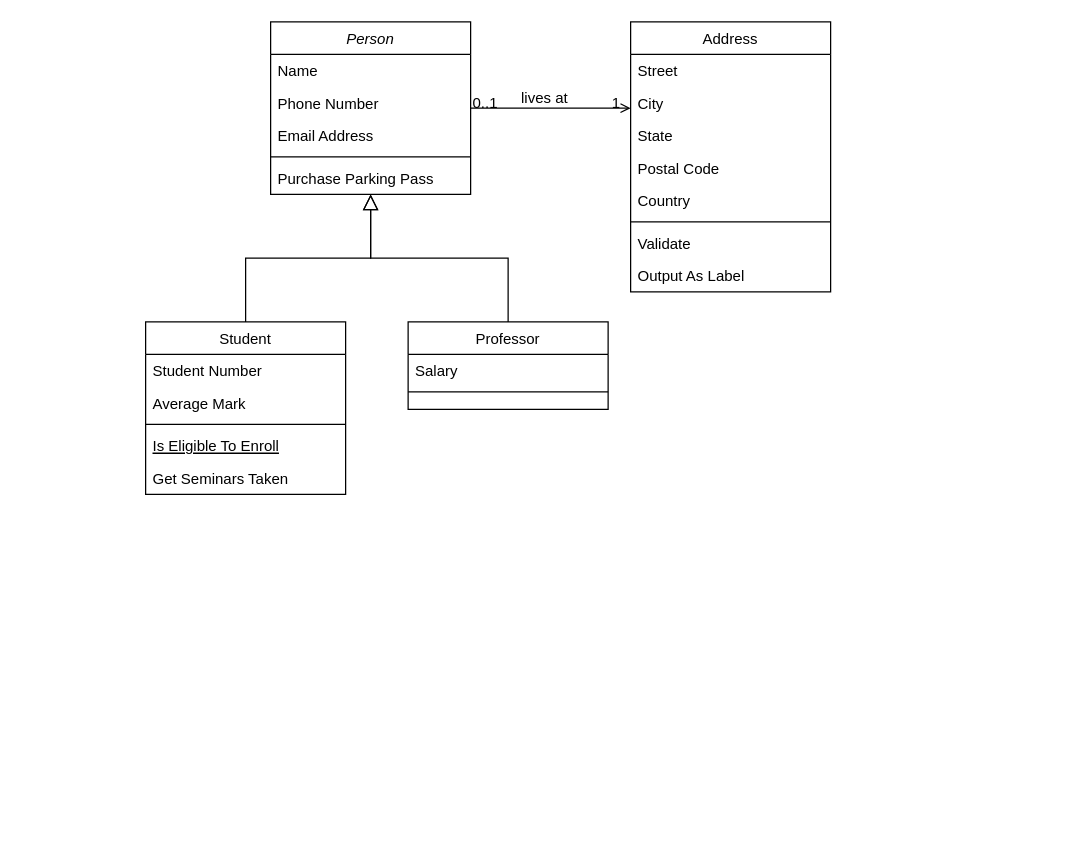
Above: SCHEMA.drawio in TanjimReza/diagrams (draw.io), before the change. Source tidied: cells renumbered, new cells numbered last; positions are measured from the earlier drawing's top-left corner, leaving out a move shared by most shapes. Both pictures are drawn from the tidied source at 125%, with x=0, y=0 at pixel (145, 21).
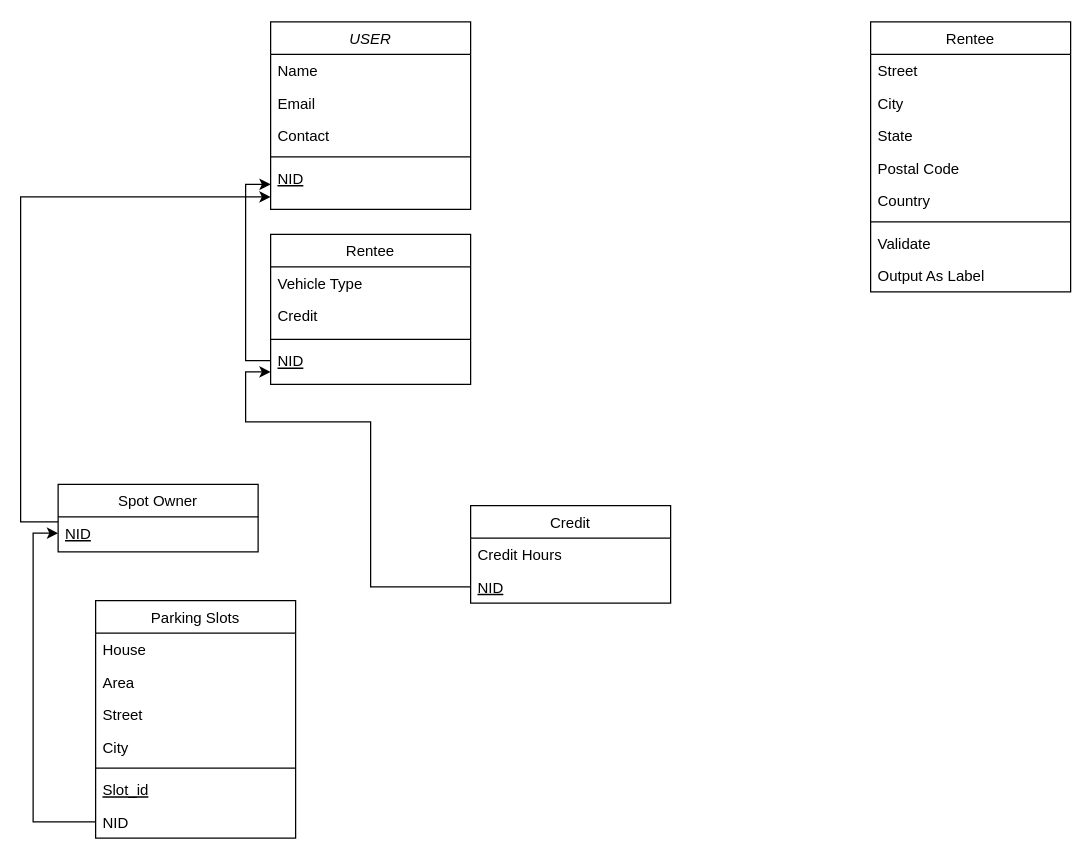
The same page after the edit.

Change to the diagram source:
```diff
@@
-    <mxCell id="2" value="Person" style="swimlane;fontStyle=2;align=center;verticalAlign=top;horizontal=1;startSize=26;rounded=0;shadow=0;strokeWidth=1;" parent="1" vertex="1">
-      <mxGeometry x="100" width="160" height="138" as="geometry" />
+    <mxCell id="2" value="USER" style="swimlane;fontStyle=2;align=center;verticalAlign=top;horizontal=1;startSize=26;rounded=0;shadow=0;strokeWidth=1;" parent="1" vertex="1">
+      <mxGeometry x="100" width="160" height="150" as="geometry" />
     </mxCell>
-    <mxCell id="3" value="Name" style="text;align=left;verticalAlign=top;spacingLeft=4;spacingRight=4;overflow=hidden;" parent="2" vertex="1">
+    <mxCell id="3" value="Name" style="text;align=left;verticalAlign=top;spacingLeft=4;spacingRight=4;overflow=hidden;rounded=0;shadow=0;html=0;" parent="2" vertex="1">
       <mxGeometry y="26" width="160" height="26" as="geometry" />
     </mxCell>
-    <mxCell id="4" value="Phone Number" style="text;align=left;verticalAlign=top;spacingLeft=4;spacingRight=4;overflow=hidden;rounded=0;shadow=0;html=0;" parent="2" vertex="1">
+    <mxCell id="4" value="Email" style="text;align=left;verticalAlign=top;spacingLeft=4;spacingRight=4;overflow=hidden;rounded=0;shadow=0;html=0;" parent="2" vertex="1">
       <mxGeometry y="52" width="160" height="26" as="geometry" />
     </mxCell>
-    <mxCell id="5" value="Email Address" style="text;align=left;verticalAlign=top;spacingLeft=4;spacingRight=4;overflow=hidden;rounded=0;shadow=0;html=0;" parent="2" vertex="1">
+    <mxCell id="5" value="Contact" style="text;align=left;verticalAlign=top;spacingLeft=4;spacingRight=4;overflow=hidden;rounded=0;shadow=0;html=0;" parent="2" vertex="1">
       <mxGeometry y="78" width="160" height="26" as="geometry" />
     </mxCell>
@@
-    <mxCell id="7" value="Purchase Parking Pass" style="text;align=left;verticalAlign=top;spacingLeft=4;spacingRight=4;overflow=hidden;points=[[0,0.5],[1,0.5]];portConstraint=eastwest;" parent="2" vertex="1">
+    <mxCell id="7" value="NID" style="text;align=left;verticalAlign=top;spacingLeft=4;spacingRight=4;overflow=hidden;points=[[0,0.5],[1,0.5]];portConstraint=eastwest;fontStyle=4;" parent="2" vertex="1">
       <mxGeometry y="112" width="160" height="26" as="geometry" />
     </mxCell>
-    <mxCell id="8" value="Student" style="swimlane;fontStyle=0;align=center;verticalAlign=top;horizontal=1;startSize=26;rounded=0;shadow=0;strokeWidth=1;" parent="1" vertex="1">
-      <mxGeometry y="240" width="160" height="138" as="geometry" />
-    </mxCell>
-    <mxCell id="9" value="Student Number" style="text;align=left;verticalAlign=top;spacingLeft=4;spacingRight=4;overflow=hidden;" parent="8" vertex="1">
-      <mxGeometry y="26" width="160" height="26" as="geometry" />
-    </mxCell>
-    <mxCell id="10" value="Average Mark" style="text;align=left;verticalAlign=top;spacingLeft=4;spacingRight=4;overflow=hidden;rounded=0;shadow=0;html=0;" parent="8" vertex="1">
-      <mxGeometry y="52" width="160" height="26" as="geometry" />
-    </mxCell>
-    <mxCell id="11" style="line;html=1;strokeWidth=1;align=left;verticalAlign=middle;spacingTop=-1;spacingLeft=3;spacingRight=3;labelPosition=right;" parent="8" vertex="1">
-      <mxGeometry y="78" width="160" height="8" as="geometry" />
-    </mxCell>
-    <mxCell id="12" value="Is Eligible To Enroll" style="text;align=left;verticalAlign=top;spacingLeft=4;spacingRight=4;overflow=hidden;fontStyle=4;" parent="8" vertex="1">
-      <mxGeometry y="86" width="160" height="26" as="geometry" />
-    </mxCell>
-    <mxCell id="13" value="Get Seminars Taken" style="text;align=left;verticalAlign=top;spacingLeft=4;spacingRight=4;overflow=hidden;" parent="8" vertex="1">
-      <mxGeometry y="112" width="160" height="26" as="geometry" />
-    </mxCell>
-    <mxCell id="14" style="endArrow=block;endSize=10;endFill=0;shadow=0;strokeWidth=1;rounded=0;edgeStyle=elbowEdgeStyle;elbow=vertical;" parent="1" edge="1" source="8" target="2">
-      <mxGeometry relative="1" as="geometry" />
-    </mxCell>
-    <mxCell id="15" value="Professor" style="swimlane;fontStyle=0;align=center;verticalAlign=top;horizontal=1;startSize=26;rounded=0;shadow=0;strokeWidth=1;" parent="1" vertex="1">
-      <mxGeometry x="210" y="240" width="160" height="70" as="geometry" />
-    </mxCell>
-    <mxCell id="16" value="Salary" style="text;align=left;verticalAlign=top;spacingLeft=4;spacingRight=4;overflow=hidden;points=[[0,0.5],[1,0.5]];portConstraint=eastwest;" parent="15" vertex="1">
-      <mxGeometry y="26" width="160" height="26" as="geometry" />
-    </mxCell>
-    <mxCell id="17" style="line;html=1;strokeWidth=1;align=left;verticalAlign=middle;spacingTop=-1;spacingLeft=3;spacingRight=3;labelPosition=right;" parent="15" vertex="1">
-      <mxGeometry y="52" width="160" height="8" as="geometry" />
-    </mxCell>
-    <mxCell id="18" style="endArrow=block;endSize=10;endFill=0;shadow=0;strokeWidth=1;rounded=0;edgeStyle=elbowEdgeStyle;elbow=vertical;" parent="1" edge="1" source="15" target="2">
-      <mxGeometry relative="1" as="geometry" />
-    </mxCell>
-    <mxCell id="19" value="Address" style="swimlane;fontStyle=0;align=center;verticalAlign=top;horizontal=1;startSize=26;rounded=0;shadow=0;strokeWidth=1;" parent="1" vertex="1">
-      <mxGeometry x="388" width="160" height="216" as="geometry" />
+    <mxCell id="19" value="Rentee" style="swimlane;fontStyle=0;align=center;verticalAlign=top;horizontal=1;startSize=26;rounded=0;shadow=0;strokeWidth=1;" parent="1" vertex="1">
+      <mxGeometry x="580" width="160" height="216" as="geometry" />
     </mxCell>
@@
-    <mxCell id="28" style="endArrow=open;shadow=0;strokeWidth=1;rounded=0;endFill=1;edgeStyle=elbowEdgeStyle;elbow=vertical;" parent="1" edge="1" source="2" target="19">
-      <mxGeometry x="0.5" y="41" relative="1" as="geometry">
-        <mxPoint x="-40" y="32" as="offset" />
-      </mxGeometry>
-    </mxCell>
-    <mxCell id="29" value="0..1" style="align=left;verticalAlign=bottom;labelBackgroundColor=none;fontSize=12;" parent="28" vertex="1">
-      <mxGeometry x="-1" relative="1" as="geometry">
-        <mxPoint y="4" as="offset" />
-      </mxGeometry>
-    </mxCell>
-    <mxCell id="30" value="1" style="align=right;verticalAlign=bottom;labelBackgroundColor=none;fontSize=12;" parent="28" vertex="1">
-      <mxGeometry x="1" relative="1" as="geometry">
-        <mxPoint x="-7" y="4" as="offset" />
-      </mxGeometry>
-    </mxCell>
-    <mxCell id="31" value="lives at" style="text;html=1;align=center;verticalAlign=middle;labelBackgroundColor=none;rounded=0;shadow=0;strokeWidth=1;fontSize=12;" parent="28" vertex="1">
-      <mxGeometry x="0.5" y="49" relative="1" as="geometry">
-        <mxPoint x="-38" y="40" as="offset" />
-      </mxGeometry>
-    </mxCell>
+    <mxCell id="32" value="Rentee" style="swimlane;fontStyle=0;align=center;verticalAlign=top;horizontal=1;startSize=26;rounded=0;shadow=0;strokeWidth=1;" parent="1" vertex="1">
+      <mxGeometry x="100" y="170" width="160" height="120" as="geometry" />
+    </mxCell>
+    <mxCell id="33" value="Vehicle Type" style="text;align=left;verticalAlign=top;spacingLeft=4;spacingRight=4;overflow=hidden;fontStyle=0;" parent="32" vertex="1">
+      <mxGeometry y="26" width="160" height="26" as="geometry" />
+    </mxCell>
+    <mxCell id="34" value="Credit" style="text;align=left;verticalAlign=top;spacingLeft=4;spacingRight=4;overflow=hidden;fontStyle=0;" parent="32" vertex="1">
+      <mxGeometry y="52" width="160" height="26" as="geometry" />
+    </mxCell>
+    <mxCell id="35" style="text;align=left;verticalAlign=top;spacingLeft=4;spacingRight=4;overflow=hidden;fontStyle=4;" parent="32" vertex="1">
+      <mxGeometry y="78" width="160" height="2" as="geometry" />
+    </mxCell>
+    <mxCell id="36" style="line;html=1;strokeWidth=1;align=left;verticalAlign=middle;spacingTop=-1;spacingLeft=3;spacingRight=3;labelPosition=right;" parent="32" vertex="1">
+      <mxGeometry y="80" width="160" height="8" as="geometry" />
+    </mxCell>
+    <mxCell id="37" value="NID" style="text;align=left;verticalAlign=top;spacingLeft=4;spacingRight=4;overflow=hidden;points=[[0,0.5],[1,0.5]];portConstraint=eastwest;fontStyle=4;" parent="32" vertex="1">
+      <mxGeometry y="88" width="160" height="26" as="geometry" />
+    </mxCell>
+    <mxCell id="38" style="edgeStyle=orthogonalEdgeStyle;rounded=0;jettySize=auto;html=1;entryX=0;entryY=0.692;entryDx=0;entryDy=0;entryPerimeter=0;exitX=0;exitY=0.5;exitDx=0;exitDy=0;" parent="1" edge="1" source="37" target="7">
+      <mxGeometry relative="1" as="geometry" />
+    </mxCell>
+    <mxCell id="39" value="Credit" style="swimlane;fontStyle=0;align=center;verticalAlign=top;horizontal=1;startSize=26;rounded=0;shadow=0;strokeWidth=1;" parent="1" vertex="1">
+      <mxGeometry x="260" y="387" width="160" height="78" as="geometry" />
+    </mxCell>
+    <mxCell id="40" value="Credit Hours" style="text;align=left;verticalAlign=top;spacingLeft=4;spacingRight=4;overflow=hidden;fontStyle=0;" parent="39" vertex="1">
+      <mxGeometry y="26" width="160" height="26" as="geometry" />
+    </mxCell>
+    <mxCell id="41" value="NID" style="text;align=left;verticalAlign=top;spacingLeft=4;spacingRight=4;overflow=hidden;points=[[0,0.5],[1,0.5]];portConstraint=eastwest;fontStyle=4;" parent="39" vertex="1">
+      <mxGeometry y="52" width="160" height="26" as="geometry" />
+    </mxCell>
+    <mxCell id="42" style="edgeStyle=orthogonalEdgeStyle;rounded=0;jettySize=auto;html=1;entryX=0;entryY=0.846;entryDx=0;entryDy=0;entryPerimeter=0;" parent="1" edge="1" source="41" target="37">
+      <mxGeometry relative="1" as="geometry">
+        <Array as="points">
+          <mxPoint x="180" y="452" />
+          <mxPoint x="180" y="320" />
+          <mxPoint x="80" y="320" />
+          <mxPoint x="80" y="280" />
+        </Array>
+      </mxGeometry>
+    </mxCell>
+    <mxCell id="43" style="group;" parent="1" vertex="1">
+      <mxGeometry x="-70" y="370" width="190" height="283" as="geometry" />
+    </mxCell>
+    <mxCell id="8" value="Parking Slots" style="swimlane;fontStyle=0;align=center;verticalAlign=top;horizontal=1;startSize=26;rounded=0;shadow=0;strokeWidth=1;" parent="43" vertex="1">
+      <mxGeometry x="30" y="93" width="160" height="190" as="geometry" />
+    </mxCell>
+    <mxCell id="9" value="House" style="text;align=left;verticalAlign=top;spacingLeft=4;spacingRight=4;overflow=hidden;" parent="8" vertex="1">
+      <mxGeometry y="26" width="160" height="26" as="geometry" />
+    </mxCell>
+    <mxCell id="44" value="Area" style="text;align=left;verticalAlign=top;spacingLeft=4;spacingRight=4;overflow=hidden;rounded=0;shadow=0;html=0;" parent="8" vertex="1">
+      <mxGeometry y="52" width="160" height="26" as="geometry" />
+    </mxCell>
+    <mxCell id="10" value="Street" style="text;align=left;verticalAlign=top;spacingLeft=4;spacingRight=4;overflow=hidden;rounded=0;shadow=0;html=0;" parent="8" vertex="1">
+      <mxGeometry y="78" width="160" height="26" as="geometry" />
+    </mxCell>
+    <mxCell id="45" value="City" style="text;align=left;verticalAlign=top;spacingLeft=4;spacingRight=4;overflow=hidden;rounded=0;shadow=0;html=0;" parent="8" vertex="1">
+      <mxGeometry y="104" width="160" height="26" as="geometry" />
+    </mxCell>
+    <mxCell id="11" style="line;html=1;strokeWidth=1;align=left;verticalAlign=middle;spacingTop=-1;spacingLeft=3;spacingRight=3;labelPosition=right;" parent="8" vertex="1">
+      <mxGeometry y="130" width="160" height="8" as="geometry" />
+    </mxCell>
+    <mxCell id="46" value="Slot_id" style="text;align=left;verticalAlign=top;spacingLeft=4;spacingRight=4;overflow=hidden;rounded=0;shadow=0;html=0;fontStyle=4;" parent="8" vertex="1">
+      <mxGeometry y="138" width="160" height="26" as="geometry" />
+    </mxCell>
+    <mxCell id="47" value="NID" style="text;align=left;verticalAlign=top;spacingLeft=4;spacingRight=4;overflow=hidden;points=[[0,0.5],[1,0.5]];portConstraint=eastwest;rounded=0;shadow=0;html=0;fontStyle=0;" parent="8" vertex="1">
+      <mxGeometry y="164" width="160" height="26" as="geometry" />
+    </mxCell>
+    <mxCell id="15" value="Spot Owner" style="swimlane;fontStyle=0;align=center;verticalAlign=top;horizontal=1;startSize=26;rounded=0;shadow=0;strokeWidth=1;" parent="43" vertex="1">
+      <mxGeometry width="160" height="54" as="geometry" />
+    </mxCell>
+    <mxCell id="16" value="NID" style="text;align=left;verticalAlign=top;spacingLeft=4;spacingRight=4;overflow=hidden;points=[[0,0.5],[1,0.5]];portConstraint=eastwest;fontStyle=4;" parent="15" vertex="1">
+      <mxGeometry y="26" width="160" height="26" as="geometry" />
+    </mxCell>
+    <mxCell id="48" style="edgeStyle=orthogonalEdgeStyle;rounded=0;jettySize=auto;html=1;entryX=0;entryY=0.5;entryDx=0;entryDy=0;" parent="43" edge="1" source="47" target="16">
+      <mxGeometry relative="1" as="geometry" />
+    </mxCell>
+    <mxCell id="49" style="edgeStyle=orthogonalEdgeStyle;rounded=0;jettySize=auto;html=1;entryX=0;entryY=1.077;entryDx=0;entryDy=0;entryPerimeter=0;" parent="1" edge="1" source="15" target="7">
+      <mxGeometry relative="1" as="geometry">
+        <Array as="points">
+          <mxPoint x="-100" y="400" />
+          <mxPoint x="-100" y="140" />
+        </Array>
+      </mxGeometry>
+    </mxCell>
```
